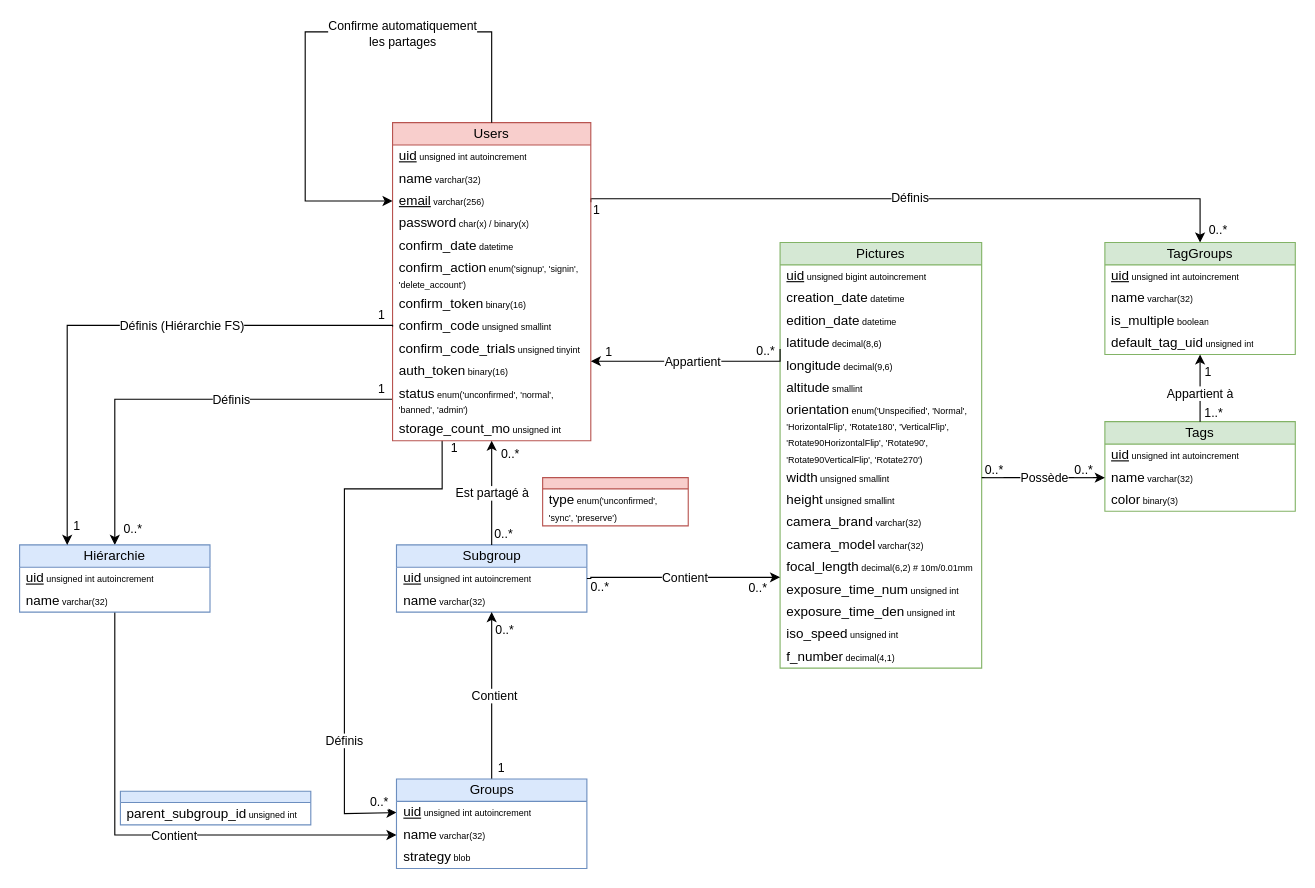
ClementGre/PMCloud keeps this draw.io diagram as page "DB - Conceptuelle" (1 of 4) of PMCloud.drawio. Above is the earlier version. Source tidied: cells renumbered, new cells numbered last; positions are measured from the earlier drawing's top-left corner, leaving out a move shared by most shapes. Both pictures are drawn from the tidied source at 112%, with x=0, y=0 at pixel (19, 31).
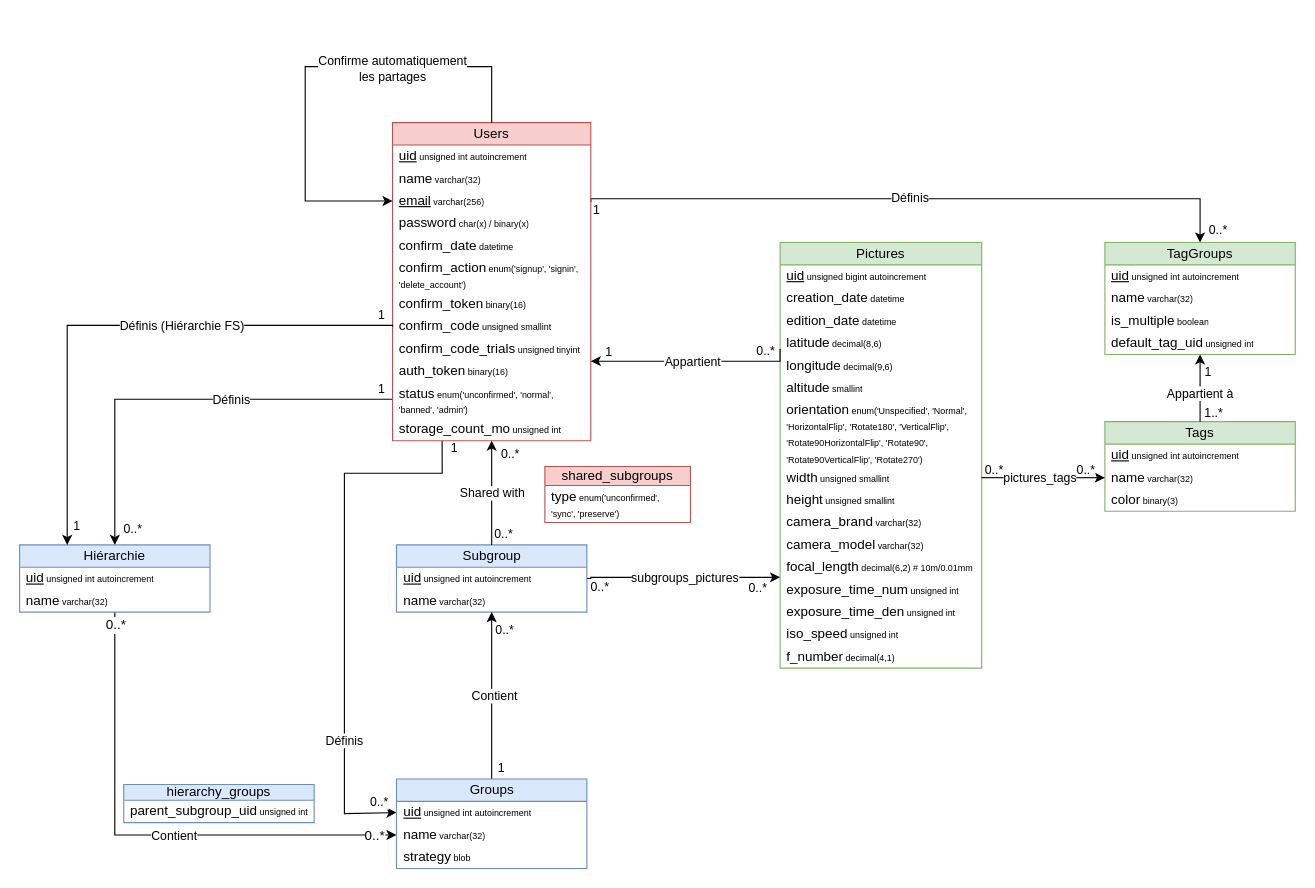
Above is the later version.

The change refers to these unchanged cells:
```xml
<mxCell id="17" value="&lt;p style=&quot;line-height: 120%;&quot;&gt;Users&lt;/p&gt;" style="swimlane;fontStyle=0;horizontal=1;startSize=20;whiteSpace=wrap;html=1;shadow=0;fillColor=#f8cecc;strokeColor=#b85450;" parent="1" vertex="1">
  <mxGeometry x="333" y="81" width="177" height="284" as="geometry" />
</mxCell>
<mxCell id="20" value="&lt;u&gt;email&lt;/u&gt;&lt;font style=&quot;font-size: 8px;&quot;&gt;&amp;nbsp;&lt;/font&gt;&lt;font style=&quot;font-size: 8px;&quot;&gt;varchar(256)&lt;/font&gt;" style="text;strokeColor=none;fillColor=none;align=left;verticalAlign=middle;spacingLeft=4;spacingRight=4;overflow=hidden;points=[[0,0.5],[1,0.5]];portConstraint=eastwest;whiteSpace=wrap;html=1;" parent="17" vertex="1">
  <mxGeometry y="60" width="177" height="20" as="geometry" />
</mxCell>
<mxCell id="53" style="edgeStyle=orthogonalEdgeStyle;rounded=0;jettySize=auto;html=1;exitX=1;exitY=0.5;exitDx=0;exitDy=0;fontColor=#000000;" parent="1" edge="1" source="3">
  <mxGeometry relative="1" as="geometry">
    <mxPoint x="679" y="487" as="targetPoint" />
    <Array as="points">
      <mxPoint x="510" y="488" />
      <mxPoint x="510" y="487" />
    </Array>
  </mxGeometry>
</mxCell>
<mxCell id="57" style="edgeStyle=orthogonalEdgeStyle;rounded=0;jettySize=auto;html=1;entryX=0.5;entryY=1;entryDx=0;entryDy=0;exitX=0.5;exitY=0;exitDx=0;exitDy=0;" parent="1" edge="1" source="2" target="17">
  <mxGeometry relative="1" as="geometry">
    <Array as="points">
      <mxPoint x="422" y="458" />
      <mxPoint x="422" y="382" />
      <mxPoint x="422" y="382" />
    </Array>
  </mxGeometry>
</mxCell>
<mxCell id="66" value="&lt;u&gt;uid&lt;/u&gt;&lt;font style=&quot;font-size: 8px;&quot;&gt;&amp;nbsp;&lt;font style=&quot;font-size: 8px;&quot;&gt;unsigned int autoincrement&lt;/font&gt;&lt;/font&gt;" style="text;strokeColor=none;fillColor=none;align=left;verticalAlign=middle;spacingLeft=4;spacingRight=4;overflow=hidden;points=[[0,0.5],[1,0.5]];portConstraint=eastwest;whiteSpace=wrap;html=1;fontStyle=0;" parent="65" vertex="1">
  <mxGeometry y="20" width="170" height="20" as="geometry" />
</mxCell>
<mxCell id="71" style="edgeStyle=orthogonalEdgeStyle;rounded=0;jettySize=auto;html=1;entryX=0;entryY=0.5;entryDx=0;entryDy=0;" parent="1" edge="1" source="73" target="67">
  <mxGeometry relative="1" as="geometry" />
</mxCell>
<mxCell id="95" style="edgeStyle=orthogonalEdgeStyle;rounded=0;jettySize=auto;html=1;entryX=0;entryY=0.5;entryDx=0;entryDy=0;" parent="1" edge="1" source="40" target="89">
  <mxGeometry relative="1" as="geometry" />
</mxCell>
```

Change to the diagram source:
```diff
@@
     <mxCell id="5" style="edgeStyle=orthogonalEdgeStyle;rounded=0;jettySize=auto;html=1;entryX=0;entryY=0.5;entryDx=0;entryDy=0;exitX=0.25;exitY=1;exitDx=0;exitDy=0;" parent="1" edge="1" source="17" target="66">
       <mxGeometry relative="1" as="geometry">
         <Array as="points">
-          <mxPoint x="377" y="408" />
-          <mxPoint x="290" y="408" />
+          <mxPoint x="377" y="394" />
+          <mxPoint x="290" y="394" />
           <mxPoint x="290" y="698" />
         </Array>
       </mxGeometry>
     </mxCell>
@@
     <mxCell id="29" style="edgeStyle=orthogonalEdgeStyle;rounded=0;jettySize=auto;html=1;entryX=0;entryY=0.5;entryDx=0;entryDy=0;" parent="17" edge="1" source="17" target="20">
       <mxGeometry relative="1" as="geometry">
         <Array as="points">
-          <mxPoint x="89" y="-81" />
-          <mxPoint x="-78" y="-81" />
+          <mxPoint x="89" y="-50" />
+          <mxPoint x="-78" y="-50" />
           <mxPoint x="-78" y="70" />
         </Array>
       </mxGeometry>
     </mxCell>
@@
-    <mxCell id="54" value="Contient" style="edgeLabel;html=1;align=center;verticalAlign=middle;fontColor=default;" parent="53" vertex="1">
+    <mxCell id="54" value="subgroups_pictures" style="edgeLabel;html=1;align=center;verticalAlign=middle;fontColor=default;" parent="53" vertex="1">
       <mxGeometry x="0.3" relative="1" as="geometry">
         <mxPoint x="-25" as="offset" />
       </mxGeometry>
     </mxCell>
@@
-    <mxCell id="59" value="Est partagé à" style="edgeLabel;html=1;align=center;verticalAlign=middle;labelBorderColor=none;fixedWidth=1;" parent="57" vertex="1">
+    <mxCell id="59" value="Shared with" style="edgeLabel;html=1;align=center;verticalAlign=middle;labelBorderColor=none;fixedWidth=1;" parent="57" vertex="1">
       <mxGeometry x="0.07" relative="1" as="geometry">
         <mxPoint y="3" as="offset" />
       </mxGeometry>
     </mxCell>
@@
-    <mxCell id="69" value="&lt;p style=&quot;line-height: 120%;&quot;&gt;&lt;br&gt;&lt;/p&gt;" style="swimlane;fontStyle=0;horizontal=1;startSize=10;whiteSpace=wrap;html=1;fillColor=#f8cecc;strokeColor=#b85450;" parent="1" vertex="1">
-      <mxGeometry x="467" y="398" width="130" height="43" as="geometry" />
+    <mxCell id="69" value="&lt;p style=&quot;line-height: 120%;&quot;&gt;shared_subgroups&lt;/p&gt;" style="swimlane;fontStyle=0;horizontal=1;startSize=17;whiteSpace=wrap;html=1;fillColor=#f8cecc;strokeColor=#b85450;" parent="1" vertex="1">
+      <mxGeometry x="469" y="388" width="130" height="50" as="geometry" />
     </mxCell>
     <mxCell id="70" value="type&lt;font style=&quot;font-size: 8px;&quot;&gt;&amp;nbsp;&lt;/font&gt;&lt;font style=&quot;font-size: 8px;&quot;&gt;enum('unconfirmed', 'sync', 'preserve')&lt;/font&gt;" style="text;strokeColor=none;fillColor=none;align=left;verticalAlign=middle;spacingLeft=4;spacingRight=4;overflow=hidden;whiteSpace=wrap;html=1;" parent="69" vertex="1">
-      <mxGeometry y="10" width="130" height="33" as="geometry" />
+      <mxGeometry y="17" width="130" height="33" as="geometry" />
     </mxCell>
@@
+    <mxCell id="99" value="0..*" style="edgeLabel;html=1;align=center;verticalAlign=middle;fontSize=12;" parent="71" vertex="1">
+      <mxGeometry x="0.91" relative="1" as="geometry" />
+    </mxCell>
+    <mxCell id="100" value="0..*" style="edgeLabel;html=1;align=center;verticalAlign=middle;fontSize=12;" parent="71" vertex="1">
+      <mxGeometry x="-0.95" relative="1" as="geometry" />
+    </mxCell>
@@
-    <mxCell id="80" value="&lt;p style=&quot;line-height: 120%;&quot;&gt;&lt;br&gt;&lt;/p&gt;" style="swimlane;fontStyle=0;horizontal=1;startSize=10;whiteSpace=wrap;html=1;fillColor=#dae8fc;strokeColor=#6c8ebf;" parent="1" vertex="1">
-      <mxGeometry x="90" y="678" width="170" height="30" as="geometry" />
+    <mxCell id="80" value="&lt;p style=&quot;line-height: 120%;&quot;&gt;hierarchy_groups&lt;br&gt;&lt;/p&gt;" style="swimlane;fontStyle=0;horizontal=1;startSize=14;whiteSpace=wrap;html=1;fillColor=#dae8fc;strokeColor=#6c8ebf;" parent="1" vertex="1">
+      <mxGeometry x="93" y="672" width="170" height="34" as="geometry" />
     </mxCell>
-    <mxCell id="81" value="parent_subgroup_id&lt;font style=&quot;font-size: 8px;&quot;&gt;&amp;nbsp;unsigned int&lt;/font&gt;" style="text;strokeColor=none;fillColor=none;align=left;verticalAlign=middle;spacingLeft=4;spacingRight=4;overflow=hidden;whiteSpace=wrap;html=1;" parent="80" vertex="1">
-      <mxGeometry y="10" width="170" height="20" as="geometry" />
+    <mxCell id="81" value="parent_subgroup_uid&lt;font style=&quot;font-size: 8px;&quot;&gt;&amp;nbsp;unsigned int&lt;/font&gt;" style="text;strokeColor=none;fillColor=none;align=left;verticalAlign=middle;spacingLeft=4;spacingRight=4;overflow=hidden;whiteSpace=wrap;html=1;" parent="80" vertex="1">
+      <mxGeometry y="14" width="170" height="20" as="geometry" />
     </mxCell>
@@
-    <mxCell id="96" value="Possède" style="edgeLabel;html=1;align=center;verticalAlign=middle;" parent="95" vertex="1">
-      <mxGeometry y="1" relative="1" as="geometry" />
+    <mxCell id="96" value="pictures_tags" style="edgeLabel;html=1;align=center;verticalAlign=middle;" parent="95" vertex="1">
+      <mxGeometry y="1" relative="1" as="geometry">
+        <mxPoint x="-4" as="offset" />
+      </mxGeometry>
     </mxCell>
@@
     <mxCell id="98" value="0..*" style="edgeLabel;html=1;align=center;verticalAlign=middle;" parent="95" vertex="1">
       <mxGeometry x="0.7" y="-1" relative="1" as="geometry">
-        <mxPoint x="-4" y="-9" as="offset" />
+        <mxPoint x="-2" y="-9" as="offset" />
       </mxGeometry>
     </mxCell>
```
